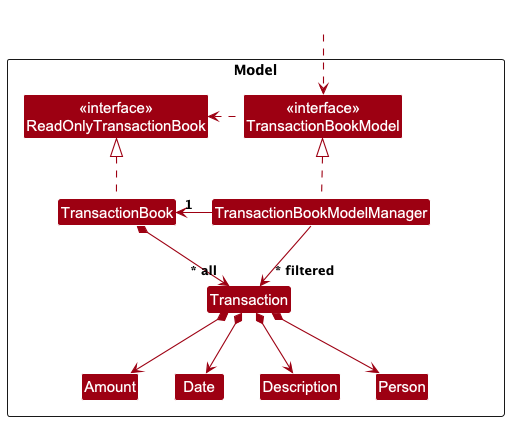
Earlier version of the PlantUML export docs/images/TransactionModelClassDiagram.png (nus-cs2103-AY2425S1/tp). Source of this version:
```plantuml
@startuml
!include style.puml
skinparam arrowThickness 1.1
skinparam arrowColor MODEL_COLOR
skinparam classBackgroundColor MODEL_COLOR

Package Model as ModelPackage <<Rectangle>>{
Class "<<interface>>\nReadOnlyTransactionBook" as ReadOnlyTransactionBook
Class "<<interface>>\nTransactionBookModel" as TransactionBookModel
Class TransactionBook
Class TransactionBookModelManager

Class Transaction
Class Amount
Class Date
Class Description
Class Person

Class I #FFFFFF
}

Class HiddenOutside #FFFFFF
HiddenOutside ..> TransactionBookModel

TransactionBook .up.|> ReadOnlyTransactionBook

TransactionBookModelManager .up.|> TransactionBookModel
TransactionBookModel .left.> ReadOnlyTransactionBook
TransactionBookModelManager -left-> "1" TransactionBook

TransactionBook *--> "~* all" Transaction
Transaction *--> Person
Transaction *--> Amount
Transaction *--> Description
Transaction *--> Date

TransactionBookModelManager --> "~* filtered" Transaction
@enduml
```
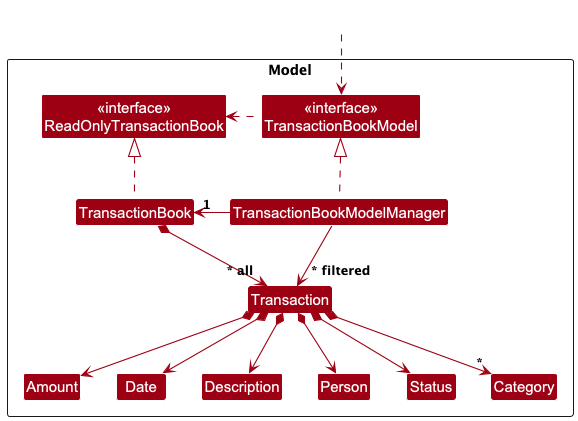
The same diagram one commit later.

Commit message:
Update TxnModel CD to contain Status and Category

The edit, as a diff of the source:
```diff
@@ -15,6 +15,8 @@
 Class Date
 Class Description
 Class Person
+Class Status
+Class Category
 
 Class I #FFFFFF
 }
@@ -33,6 +35,8 @@
 Transaction *--> Amount
 Transaction *--> Description
 Transaction *--> Date
+Transaction *--> Status
+Transaction *--> "~*" Category
 
 TransactionBookModelManager --> "~* filtered" Transaction
 @enduml
```
